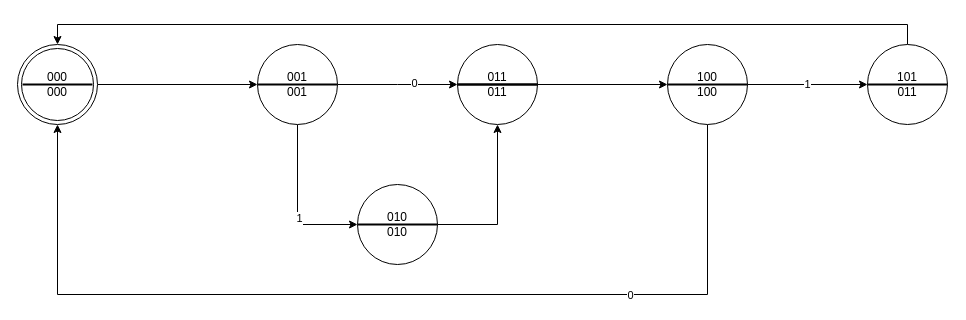
Before: Untitled Diagram.drawio in lhwiedmer/Circuits, a draw.io diagram. Source tidied: cells renumbered, new cells numbered last; positions are measured from the earlier drawing's top-left corner, leaving out a move shared by most shapes. Both pictures are drawn from the tidied source at 100%, with x=0, y=0 at pixel (17, 44).
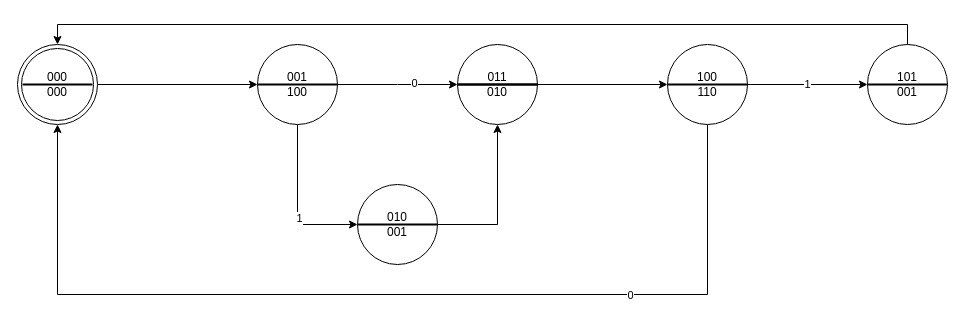
The same page after the edit.

What changed in the source:
```diff
@@
-    <mxCell id="9" value="001&lt;br&gt;001" style="ellipse;whiteSpace=wrap;html=1;" parent="1" vertex="1">
+    <mxCell id="9" value="001&lt;br&gt;100" style="ellipse;whiteSpace=wrap;html=1;" parent="1" vertex="1">
       <mxGeometry x="240" width="80" height="80" as="geometry" />
     </mxCell>
@@
-    <mxCell id="11" value="010&lt;br&gt;010" style="ellipse;whiteSpace=wrap;html=1;" parent="1" vertex="1">
+    <mxCell id="11" value="010&lt;br&gt;001" style="ellipse;whiteSpace=wrap;html=1;" parent="1" vertex="1">
       <mxGeometry x="340" y="140" width="80" height="80" as="geometry" />
     </mxCell>
-    <mxCell id="12" value="011&lt;br&gt;011" style="ellipse;whiteSpace=wrap;html=1;" parent="1" vertex="1">
+    <mxCell id="12" value="011&lt;br&gt;010" style="ellipse;whiteSpace=wrap;html=1;" parent="1" vertex="1">
       <mxGeometry x="440" width="80" height="80" as="geometry" />
     </mxCell>
@@
     <mxCell id="16" style="line;strokeWidth=2;html=1;" parent="1" vertex="1">
-      <mxGeometry x="340" y="175" width="80" height="10" as="geometry" />
+      <mxGeometry x="340" y="172.5" width="80" height="15" as="geometry" />
     </mxCell>
@@
-    <mxCell id="19" value="100&lt;br&gt;100" style="ellipse;whiteSpace=wrap;html=1;" parent="1" vertex="1">
+    <mxCell id="19" value="100&lt;br&gt;110" style="ellipse;whiteSpace=wrap;html=1;" parent="1" vertex="1">
       <mxGeometry x="650" width="80" height="80" as="geometry" />
     </mxCell>
@@
-    <mxCell id="24" value="101&lt;br&gt;011" style="ellipse;whiteSpace=wrap;html=1;" parent="1" vertex="1">
+    <mxCell id="24" value="101&lt;br&gt;001" style="ellipse;whiteSpace=wrap;html=1;" parent="1" vertex="1">
       <mxGeometry x="850" width="80" height="80" as="geometry" />
     </mxCell>
```
